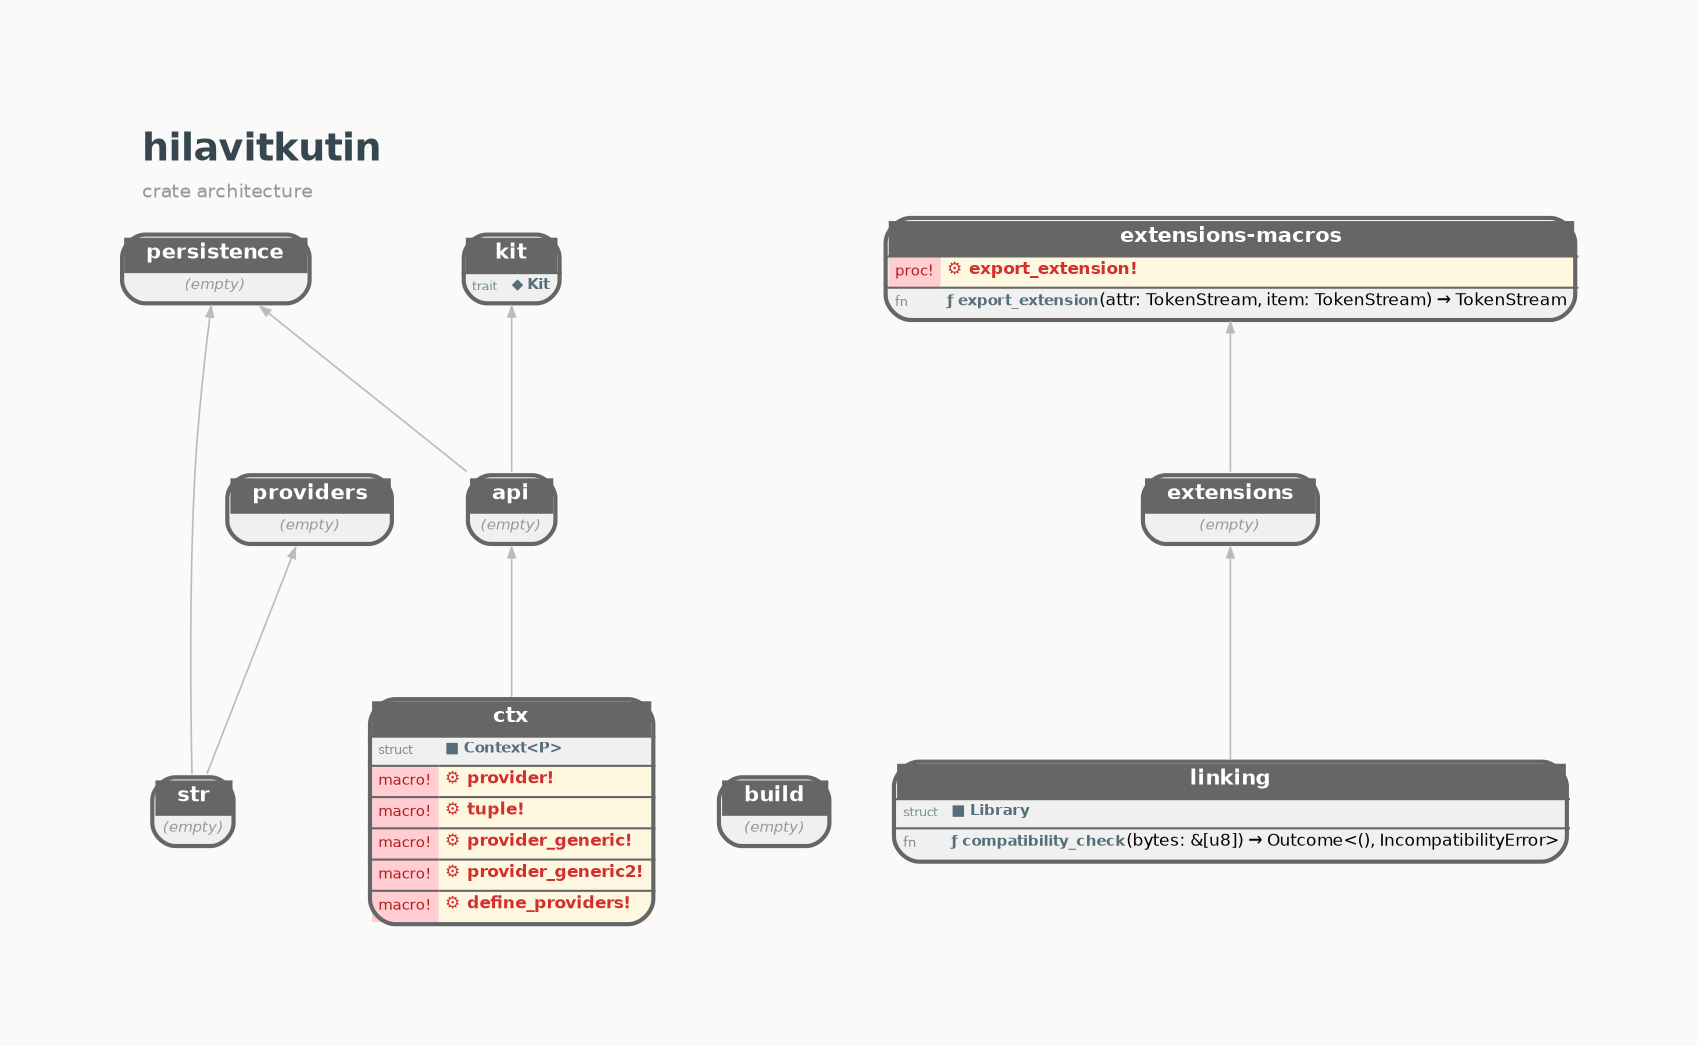
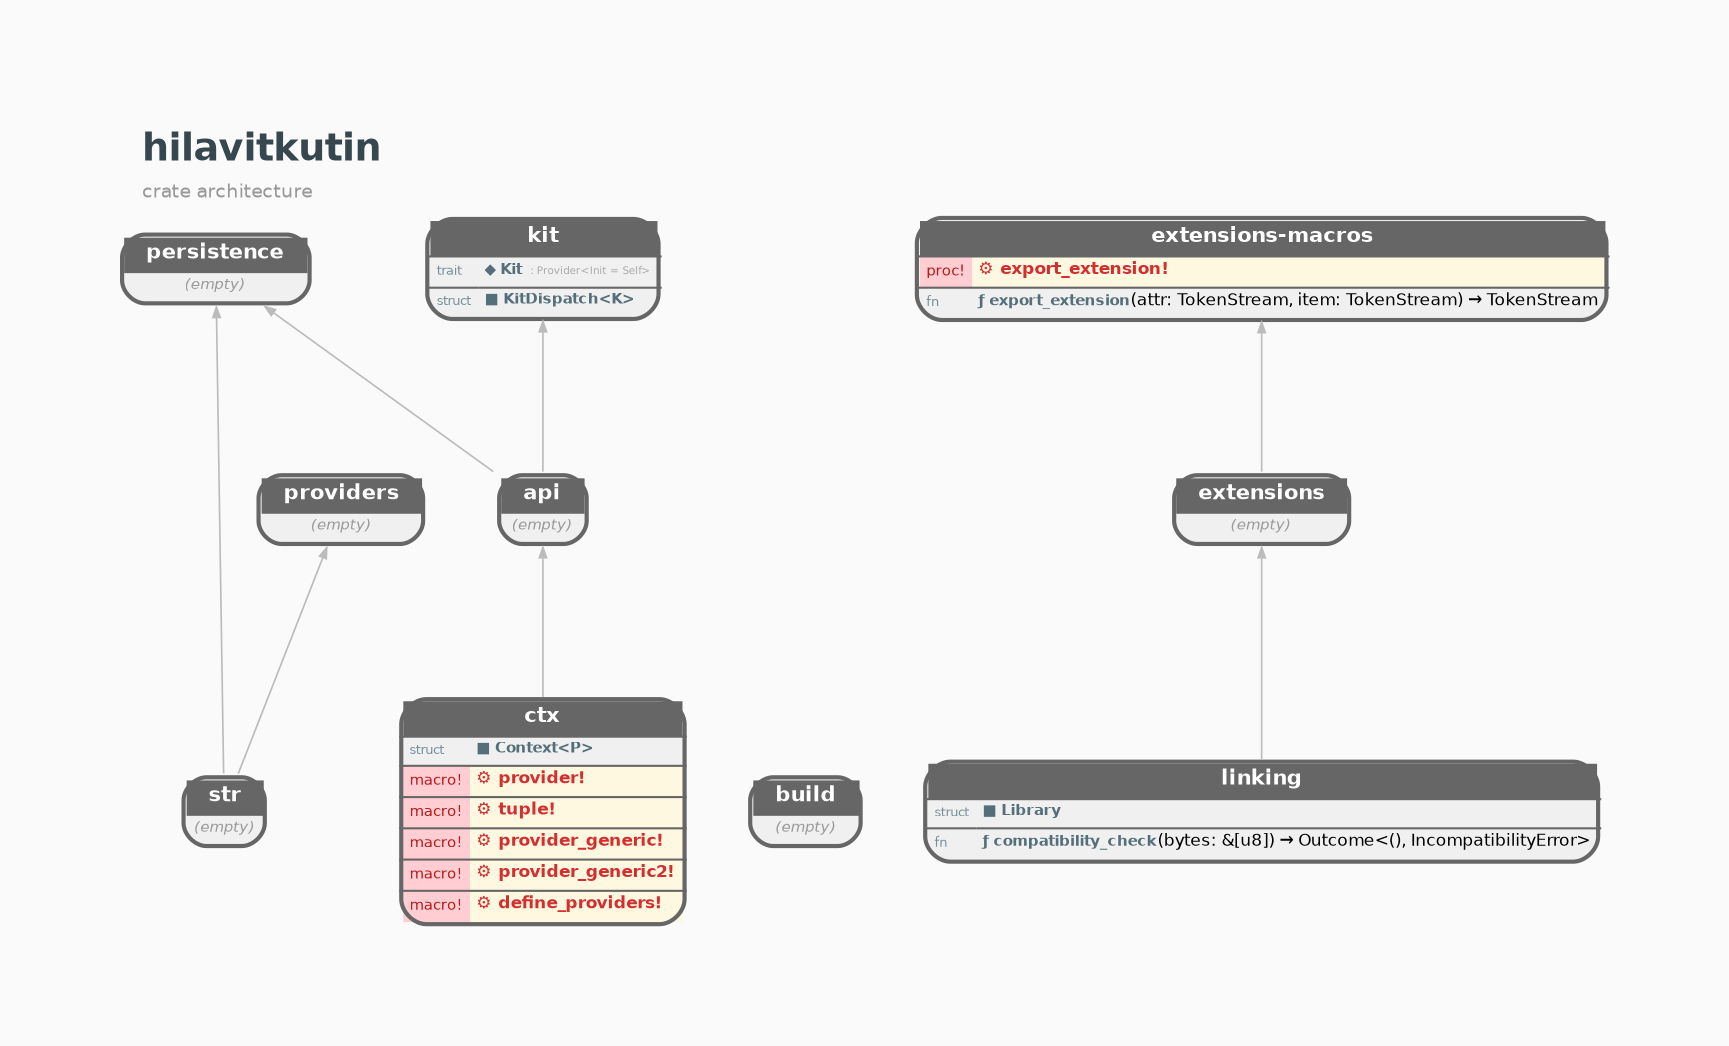
// AUTO-GENERATED — DO NOT EDIT DIRECTLY
//
// Generated by: mockspace (mock)
- // Generated at: 2026-05-08T21:18:32Z
+ // Generated at: 2026-05-09T21:32:13Z
// Source: mock/
// To regenerate: cargo mock

digraph hilavitkutin {
    rankdir=BT;
    newrank=true;
    bgcolor="#FAFAFA";
    graph [fontname="Helvetica", fontsize=10, pad=0.8, nodesep=0.4, ranksep=1.0];
    node [fontname="Helvetica", fontsize=8];
    edge [fontname="Helvetica", fontsize=7, color="#BBBBBB", arrowsize=0.5, penwidth=0.8];

    labelloc=t;
    labeljust=l;
    label=<<TABLE BORDER="0" CELLBORDER="0" CELLSPACING="0"><TR><TD ALIGN="LEFT"><FONT POINT-SIZE="18" COLOR="#37474F"><B>hilavitkutin</B></FONT></TD></TR><TR><TD ALIGN="LEFT"><FONT POINT-SIZE="9" COLOR="#999999">crate architecture</FONT></TD></TR></TABLE>>;

    hilavitkutin_api [shape=none, margin=0, label=<<TABLE BORDER="2" CELLBORDER="0" CELLSPACING="0" CELLPADDING="3" BGCOLOR="#F0F0F0" COLOR="#666666" STYLE="ROUNDED"><TR><TD COLSPAN="2" BGCOLOR="#666666" ALIGN="CENTER"><FONT COLOR="white" POINT-SIZE="10"><B>  api  </B></FONT></TD></TR><TR><TD COLSPAN="2"><FONT COLOR="#999999" POINT-SIZE="7"><I>(empty)</I></FONT></TD></TR></TABLE>>];
    hilavitkutin_build [shape=none, margin=0, label=<<TABLE BORDER="2" CELLBORDER="0" CELLSPACING="0" CELLPADDING="3" BGCOLOR="#F0F0F0" COLOR="#666666" STYLE="ROUNDED"><TR><TD COLSPAN="2" BGCOLOR="#666666" ALIGN="CENTER"><FONT COLOR="white" POINT-SIZE="10"><B>  build  </B></FONT></TD></TR><TR><TD COLSPAN="2"><FONT COLOR="#999999" POINT-SIZE="7"><I>(empty)</I></FONT></TD></TR></TABLE>>];
    hilavitkutin_ctx [shape=none, margin=0, label=<<TABLE BORDER="2" CELLBORDER="0" CELLSPACING="0" CELLPADDING="3" BGCOLOR="#F0F0F0" COLOR="#666666" STYLE="ROUNDED"><TR><TD COLSPAN="2" BGCOLOR="#666666" ALIGN="CENTER"><FONT COLOR="white" POINT-SIZE="10"><B>  ctx  </B></FONT></TD></TR><HR/><TR><TD ALIGN="LEFT"><FONT COLOR="#78909C" POINT-SIZE="6">struct</FONT></TD><TD ALIGN="LEFT" PORT="p_Context"><FONT COLOR="#546E7A" POINT-SIZE="7"><B>■ Context&lt;P&gt;</B></FONT></TD></TR><HR/><TR><TD ALIGN="LEFT" BGCOLOR="#FFCDD2"><FONT COLOR="#B71C1C" POINT-SIZE="7">macro!</FONT></TD><TD ALIGN="LEFT" BGCOLOR="#FFF8E1" PORT="p_provider"><FONT COLOR="#D32F2F"><B>⚙ provider!</B></FONT></TD></TR><HR/><TR><TD ALIGN="LEFT" BGCOLOR="#FFCDD2"><FONT COLOR="#B71C1C" POINT-SIZE="7">macro!</FONT></TD><TD ALIGN="LEFT" BGCOLOR="#FFF8E1" PORT="p_tuple"><FONT COLOR="#D32F2F"><B>⚙ tuple!</B></FONT></TD></TR><HR/><TR><TD ALIGN="LEFT" BGCOLOR="#FFCDD2"><FONT COLOR="#B71C1C" POINT-SIZE="7">macro!</FONT></TD><TD ALIGN="LEFT" BGCOLOR="#FFF8E1" PORT="p_provider_generic"><FONT COLOR="#D32F2F"><B>⚙ provider_generic!</B></FONT></TD></TR><HR/><TR><TD ALIGN="LEFT" BGCOLOR="#FFCDD2"><FONT COLOR="#B71C1C" POINT-SIZE="7">macro!</FONT></TD><TD ALIGN="LEFT" BGCOLOR="#FFF8E1" PORT="p_provider_generic2"><FONT COLOR="#D32F2F"><B>⚙ provider_generic2!</B></FONT></TD></TR><HR/><TR><TD ALIGN="LEFT" BGCOLOR="#FFCDD2"><FONT COLOR="#B71C1C" POINT-SIZE="7">macro!</FONT></TD><TD ALIGN="LEFT" BGCOLOR="#FFF8E1" PORT="p_define_providers"><FONT COLOR="#D32F2F"><B>⚙ define_providers!</B></FONT></TD></TR></TABLE>>];
    hilavitkutin_extensions [shape=none, margin=0, label=<<TABLE BORDER="2" CELLBORDER="0" CELLSPACING="0" CELLPADDING="3" BGCOLOR="#F0F0F0" COLOR="#666666" STYLE="ROUNDED"><TR><TD COLSPAN="2" BGCOLOR="#666666" ALIGN="CENTER"><FONT COLOR="white" POINT-SIZE="10"><B>  extensions  </B></FONT></TD></TR><TR><TD COLSPAN="2"><FONT COLOR="#999999" POINT-SIZE="7"><I>(empty)</I></FONT></TD></TR></TABLE>>];
    hilavitkutin_extensions_macros [shape=none, margin=0, label=<<TABLE BORDER="2" CELLBORDER="0" CELLSPACING="0" CELLPADDING="3" BGCOLOR="#F0F0F0" COLOR="#666666" STYLE="ROUNDED"><TR><TD COLSPAN="2" BGCOLOR="#666666" ALIGN="CENTER"><FONT COLOR="white" POINT-SIZE="10"><B>  extensions-macros  </B></FONT></TD></TR><HR/><TR><TD ALIGN="LEFT" BGCOLOR="#FFCDD2"><FONT COLOR="#B71C1C" POINT-SIZE="7">proc!</FONT></TD><TD ALIGN="LEFT" BGCOLOR="#FFF8E1" PORT="p_export_extension"><FONT COLOR="#D32F2F"><B>⚙ export_extension!</B></FONT></TD></TR><HR/><TR><TD ALIGN="LEFT"><FONT COLOR="#78909C" POINT-SIZE="6">fn</FONT></TD><TD ALIGN="LEFT" PORT="p_export_extension"><FONT COLOR="#546E7A" POINT-SIZE="7"><B>ƒ export_extension</B></FONT>(attr: TokenStream, item: TokenStream) → TokenStream</TD></TR></TABLE>>];
-     hilavitkutin_kit [shape=none, margin=0, label=<<TABLE BORDER="2" CELLBORDER="0" CELLSPACING="0" CELLPADDING="3" BGCOLOR="#F0F0F0" COLOR="#666666" STYLE="ROUNDED"><TR><TD COLSPAN="2" BGCOLOR="#666666" ALIGN="CENTER"><FONT COLOR="white" POINT-SIZE="10"><B>  kit  </B></FONT></TD></TR><HR/><TR><TD ALIGN="LEFT"><FONT COLOR="#78909C" POINT-SIZE="6">trait</FONT></TD><TD ALIGN="LEFT" PORT="p_Kit"><FONT COLOR="#546E7A" POINT-SIZE="7"><B>◆ Kit</B></FONT></TD></TR></TABLE>>];
+     hilavitkutin_kit [shape=none, margin=0, label=<<TABLE BORDER="2" CELLBORDER="0" CELLSPACING="0" CELLPADDING="3" BGCOLOR="#F0F0F0" COLOR="#666666" STYLE="ROUNDED"><TR><TD COLSPAN="2" BGCOLOR="#666666" ALIGN="CENTER"><FONT COLOR="white" POINT-SIZE="10"><B>  kit  </B></FONT></TD></TR><HR/><TR><TD ALIGN="LEFT"><FONT COLOR="#78909C" POINT-SIZE="6">trait</FONT></TD><TD ALIGN="LEFT" PORT="p_Kit"><FONT COLOR="#546E7A" POINT-SIZE="7"><B>◆ Kit</B></FONT> <FONT COLOR="#AAAAAA" POINT-SIZE="5">: Provider&lt;Init = Self&gt;</FONT></TD></TR><HR/><TR><TD ALIGN="LEFT"><FONT COLOR="#78909C" POINT-SIZE="6">struct</FONT></TD><TD ALIGN="LEFT" PORT="p_KitDispatch"><FONT COLOR="#546E7A" POINT-SIZE="7"><B>■ KitDispatch&lt;K&gt;</B></FONT></TD></TR></TABLE>>];
    hilavitkutin_linking [shape=none, margin=0, label=<<TABLE BORDER="2" CELLBORDER="0" CELLSPACING="0" CELLPADDING="3" BGCOLOR="#F0F0F0" COLOR="#666666" STYLE="ROUNDED"><TR><TD COLSPAN="2" BGCOLOR="#666666" ALIGN="CENTER"><FONT COLOR="white" POINT-SIZE="10"><B>  linking  </B></FONT></TD></TR><HR/><TR><TD ALIGN="LEFT"><FONT COLOR="#78909C" POINT-SIZE="6">struct</FONT></TD><TD ALIGN="LEFT" PORT="p_Library"><FONT COLOR="#546E7A" POINT-SIZE="7"><B>■ Library</B></FONT></TD></TR><HR/><TR><TD ALIGN="LEFT"><FONT COLOR="#78909C" POINT-SIZE="6">fn</FONT></TD><TD ALIGN="LEFT" PORT="p_compatibility_check"><FONT COLOR="#546E7A" POINT-SIZE="7"><B>ƒ compatibility_check</B></FONT>(bytes: &amp;[u8]) → Outcome&lt;(), IncompatibilityError&gt;</TD></TR></TABLE>>];
    hilavitkutin_persistence [shape=none, margin=0, label=<<TABLE BORDER="2" CELLBORDER="0" CELLSPACING="0" CELLPADDING="3" BGCOLOR="#F0F0F0" COLOR="#666666" STYLE="ROUNDED"><TR><TD COLSPAN="2" BGCOLOR="#666666" ALIGN="CENTER"><FONT COLOR="white" POINT-SIZE="10"><B>  persistence  </B></FONT></TD></TR><TR><TD COLSPAN="2"><FONT COLOR="#999999" POINT-SIZE="7"><I>(empty)</I></FONT></TD></TR></TABLE>>];
    hilavitkutin_providers [shape=none, margin=0, label=<<TABLE BORDER="2" CELLBORDER="0" CELLSPACING="0" CELLPADDING="3" BGCOLOR="#F0F0F0" COLOR="#666666" STYLE="ROUNDED"><TR><TD COLSPAN="2" BGCOLOR="#666666" ALIGN="CENTER"><FONT COLOR="white" POINT-SIZE="10"><B>  providers  </B></FONT></TD></TR><TR><TD COLSPAN="2"><FONT COLOR="#999999" POINT-SIZE="7"><I>(empty)</I></FONT></TD></TR></TABLE>>];
    hilavitkutin_str [shape=none, margin=0, label=<<TABLE BORDER="2" CELLBORDER="0" CELLSPACING="0" CELLPADDING="3" BGCOLOR="#F0F0F0" COLOR="#666666" STYLE="ROUNDED"><TR><TD COLSPAN="2" BGCOLOR="#666666" ALIGN="CENTER"><FONT COLOR="white" POINT-SIZE="10"><B>  str  </B></FONT></TD></TR><TR><TD COLSPAN="2"><FONT COLOR="#999999" POINT-SIZE="7"><I>(empty)</I></FONT></TD></TR></TABLE>>];

    { rank=same; hilavitkutin_build; hilavitkutin_ctx; hilavitkutin_linking; hilavitkutin_str; } // depth 0
    { rank=same; hilavitkutin_api; hilavitkutin_extensions; } // depth 1
    { rank=same; hilavitkutin_extensions_macros; hilavitkutin_kit; hilavitkutin_persistence; } // depth 2
    { rank=same; hilavitkutin_providers; } // depth 4


    // Dependency edges (transitively reduced)
    hilavitkutin_ctx -> hilavitkutin_api;
    hilavitkutin_linking -> hilavitkutin_extensions;
    hilavitkutin_extensions -> hilavitkutin_extensions_macros;
    hilavitkutin_api -> hilavitkutin_kit;
    hilavitkutin_str -> hilavitkutin_persistence;
    hilavitkutin_api -> hilavitkutin_persistence;
    hilavitkutin_str -> hilavitkutin_providers;

}
